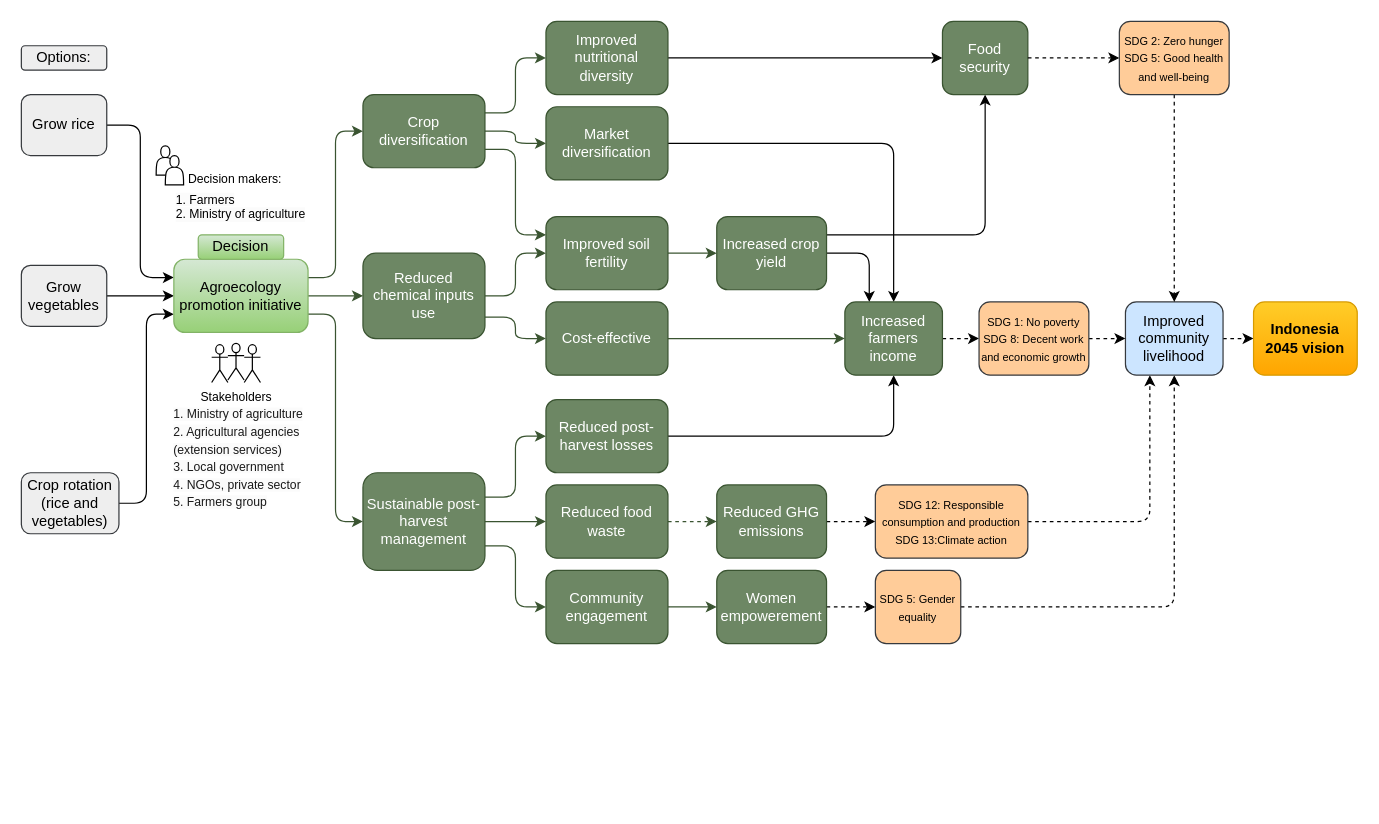
Above: page "Copy of bismillah fix" (7 of 7) of impact pathway.drawio in noviriasyifaunnafsi/transition-from-rice-to-vegetables (draw.io), before the change. Source tidied: cells renumbered, new cells numbered last; positions are measured from the earlier drawing's top-left corner, leaving out a move shared by most shapes. Both pictures are drawn from the tidied source at 122%, with x=0, y=0 at pixel (21, 21).
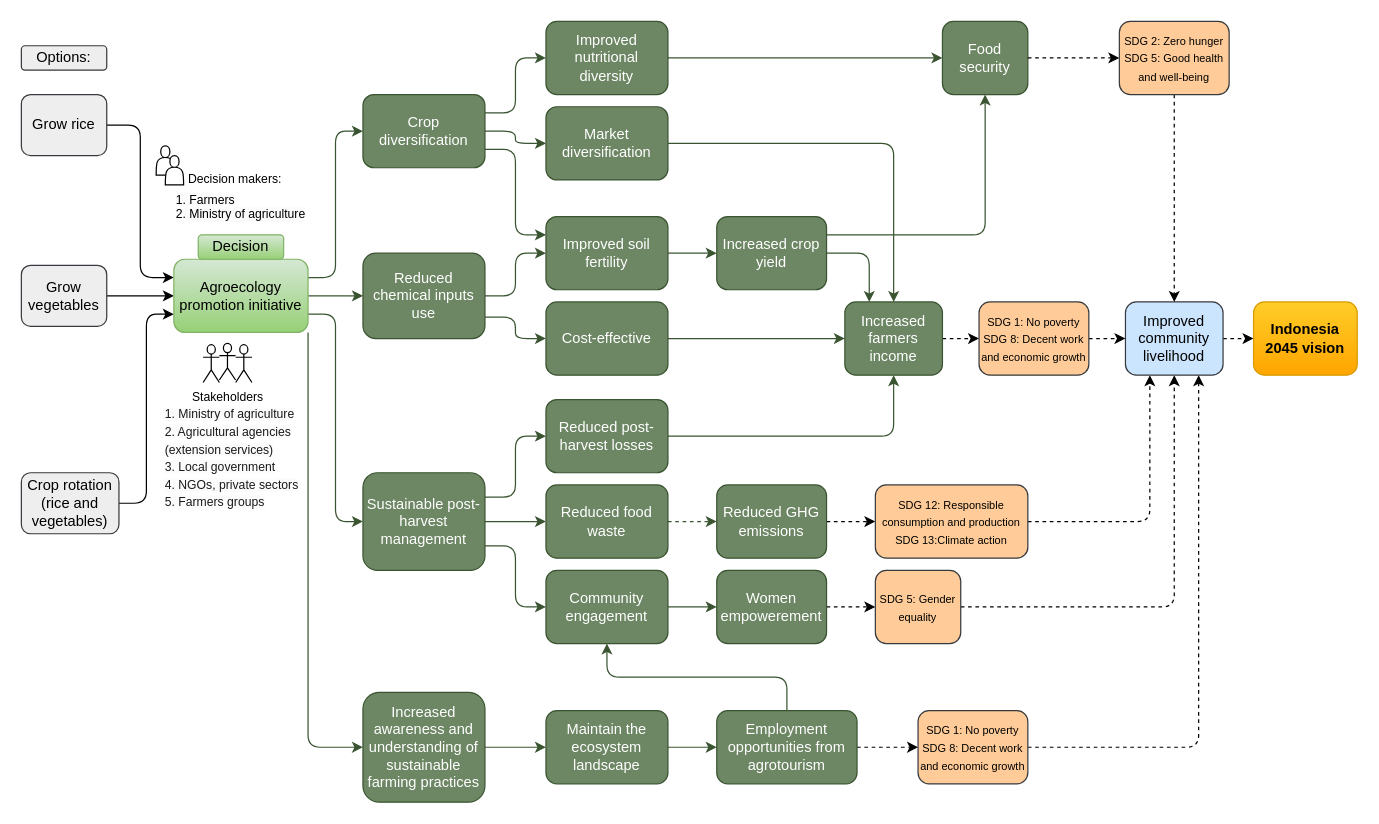
After the change.

Unchanged cells that the change refers to:
```xml
<mxCell id="12" value="Agroecology promotion initiative" style="rounded=1;whiteSpace=wrap;html=1;labelBackgroundColor=none;fillColor=#d5e8d4;strokeColor=#82b366;gradientColor=#97d077;" parent="1" vertex="1">
  <mxGeometry x="125" y="195" width="110" height="60" as="geometry" />
</mxCell>
<mxCell id="26" value="Improved nutritional diversity" style="rounded=1;whiteSpace=wrap;html=1;labelBackgroundColor=none;fillColor=#6d8764;fontColor=#ffffff;strokeColor=#3A5431;" parent="1" vertex="1">
  <mxGeometry x="430" width="100" height="60" as="geometry" />
</mxCell>
<mxCell id="28" value="Market diversification" style="rounded=1;whiteSpace=wrap;html=1;labelBackgroundColor=none;fillColor=#6d8764;fontColor=#ffffff;strokeColor=#3A5431;" parent="1" vertex="1">
  <mxGeometry x="430" y="70" width="100" height="60" as="geometry" />
</mxCell>
<mxCell id="35" value="Increased crop yield" style="whiteSpace=wrap;html=1;labelBackgroundColor=none;rounded=1;fillColor=#6d8764;fontColor=#ffffff;strokeColor=#3A5431;" parent="1" vertex="1">
  <mxGeometry x="570" y="160" width="90" height="60" as="geometry" />
</mxCell>
<mxCell id="37" value="Reduced post-harvest losses" style="whiteSpace=wrap;html=1;labelBackgroundColor=none;rounded=1;fillColor=#6d8764;fontColor=#ffffff;strokeColor=#3A5431;" parent="1" vertex="1">
  <mxGeometry x="430" y="310" width="100" height="60" as="geometry" />
</mxCell>
<mxCell id="41" value="Community engagement" style="whiteSpace=wrap;html=1;labelBackgroundColor=none;rounded=1;fillColor=#6d8764;fontColor=#ffffff;strokeColor=#3A5431;" parent="1" vertex="1">
  <mxGeometry x="430" y="450" width="100" height="60" as="geometry" />
</mxCell>
<mxCell id="43" value="Increased farmers income" style="whiteSpace=wrap;html=1;labelBackgroundColor=none;rounded=1;fillColor=#6d8764;fontColor=#ffffff;strokeColor=#3A5431;" parent="1" vertex="1">
  <mxGeometry x="675" y="230" width="80" height="60" as="geometry" />
</mxCell>
<mxCell id="44" value="Food security" style="whiteSpace=wrap;html=1;labelBackgroundColor=none;rounded=1;glass=0;shadow=0;fillColor=#6d8764;fontColor=#ffffff;strokeColor=#3A5431;" parent="1" vertex="1">
  <mxGeometry x="755" width="70" height="60" as="geometry" />
</mxCell>
<mxCell id="53" value="Improved community livelihood" style="whiteSpace=wrap;html=1;labelBackgroundColor=none;rounded=1;fillColor=#cce5ff;strokeColor=#36393d;" parent="1" vertex="1">
  <mxGeometry x="905" y="230" width="80" height="60" as="geometry" />
</mxCell>
```

Diff of the diagram source:
```diff
@@
+    <mxCell id="74" style="edgeStyle=orthogonalEdgeStyle;rounded=1;jettySize=auto;html=1;exitX=1;exitY=1;exitDx=0;exitDy=0;entryX=0;entryY=0.5;entryDx=0;entryDy=0;fillColor=#6d8764;strokeColor=#3A5431;" parent="1" edge="1" source="12" target="76">
+      <mxGeometry relative="1" as="geometry" />
+    </mxCell>
@@
-    <mxCell id="25" style="edgeStyle=orthogonalEdgeStyle;rounded=1;jettySize=auto;html=1;exitX=1;exitY=0.5;exitDx=0;exitDy=0;entryX=0;entryY=0.5;entryDx=0;entryDy=0;labelBackgroundColor=none;fontColor=default;" parent="1" edge="1" source="26" target="44">
+    <mxCell id="25" style="edgeStyle=orthogonalEdgeStyle;rounded=1;jettySize=auto;html=1;exitX=1;exitY=0.5;exitDx=0;exitDy=0;entryX=0;entryY=0.5;entryDx=0;entryDy=0;labelBackgroundColor=none;fontColor=default;fillColor=#6d8764;strokeColor=#3A5431;" parent="1" edge="1" source="26" target="44">
       <mxGeometry relative="1" as="geometry" />
     </mxCell>
@@
-    <mxCell id="27" style="edgeStyle=orthogonalEdgeStyle;rounded=1;jettySize=auto;html=1;exitX=1;exitY=0.5;exitDx=0;exitDy=0;entryX=0.5;entryY=0;entryDx=0;entryDy=0;labelBackgroundColor=none;fontColor=default;" parent="1" edge="1" source="28" target="43">
+    <mxCell id="27" style="edgeStyle=orthogonalEdgeStyle;rounded=1;jettySize=auto;html=1;exitX=1;exitY=0.5;exitDx=0;exitDy=0;entryX=0.5;entryY=0;entryDx=0;entryDy=0;labelBackgroundColor=none;fontColor=default;fillColor=#6d8764;strokeColor=#3A5431;" parent="1" edge="1" source="28" target="43">
       <mxGeometry relative="1" as="geometry" />
     </mxCell>
@@
-    <mxCell id="33" style="edgeStyle=orthogonalEdgeStyle;rounded=1;jettySize=auto;html=1;exitX=1;exitY=0.25;exitDx=0;exitDy=0;entryX=0.5;entryY=1;entryDx=0;entryDy=0;labelBackgroundColor=none;fontColor=default;" parent="1" edge="1" source="35" target="44">
+    <mxCell id="33" style="edgeStyle=orthogonalEdgeStyle;rounded=1;jettySize=auto;html=1;exitX=1;exitY=0.25;exitDx=0;exitDy=0;entryX=0.5;entryY=1;entryDx=0;entryDy=0;labelBackgroundColor=none;fontColor=default;fillColor=#6d8764;strokeColor=#3A5431;" parent="1" edge="1" source="35" target="44">
       <mxGeometry relative="1" as="geometry" />
     </mxCell>
-    <mxCell id="34" style="edgeStyle=orthogonalEdgeStyle;rounded=1;jettySize=auto;html=1;exitX=1;exitY=0.5;exitDx=0;exitDy=0;entryX=0.25;entryY=0;entryDx=0;entryDy=0;labelBackgroundColor=none;fontColor=default;" parent="1" edge="1" source="35" target="43">
+    <mxCell id="34" style="edgeStyle=orthogonalEdgeStyle;rounded=1;jettySize=auto;html=1;exitX=1;exitY=0.5;exitDx=0;exitDy=0;entryX=0.25;entryY=0;entryDx=0;entryDy=0;labelBackgroundColor=none;fontColor=default;fillColor=#6d8764;strokeColor=#3A5431;" parent="1" edge="1" source="35" target="43">
       <mxGeometry relative="1" as="geometry" />
     </mxCell>
@@
-    <mxCell id="36" style="edgeStyle=orthogonalEdgeStyle;rounded=1;jettySize=auto;html=1;exitX=1;exitY=0.5;exitDx=0;exitDy=0;entryX=0.5;entryY=1;entryDx=0;entryDy=0;labelBackgroundColor=none;fontColor=default;" parent="1" edge="1" source="37" target="43">
+    <mxCell id="36" style="edgeStyle=orthogonalEdgeStyle;rounded=1;jettySize=auto;html=1;exitX=1;exitY=0.5;exitDx=0;exitDy=0;entryX=0.5;entryY=1;entryDx=0;entryDy=0;labelBackgroundColor=none;fontColor=default;fillColor=#6d8764;strokeColor=#3A5431;" parent="1" edge="1" source="37" target="43">
       <mxGeometry relative="1" as="geometry" />
     </mxCell>
@@
     <mxCell id="62" style="group;labelBackgroundColor=none;rounded=1;fillColor=none;" parent="1" vertex="1">
-      <mxGeometry x="122" y="264" width="127.3" height="151" as="geometry" />
+      <mxGeometry x="115" y="264" width="127.3" height="151" as="geometry" />
     </mxCell>
@@
-    <mxCell id="67" value="&lt;span style=&quot;color: rgb(26, 26, 26); font-family: Helvetica; font-size: 10px; font-style: normal; font-variant-ligatures: normal; font-variant-caps: normal; font-weight: 400; letter-spacing: normal; orphans: 2; text-align: left; text-indent: 0px; text-transform: none; widows: 2; word-spacing: 0px; -webkit-text-stroke-width: 0px; background-color: rgb(251, 251, 251); text-decoration-thickness: initial; text-decoration-style: initial; text-decoration-color: initial; float: none; display: inline !important;&quot;&gt;1. Ministry of agriculture&lt;/span&gt;&lt;br style=&quot;border-color: var(--border-color); color: rgb(26, 26, 26); font-family: Helvetica; font-size: 10px; font-style: normal; font-variant-ligatures: normal; font-variant-caps: normal; font-weight: 400; letter-spacing: normal; orphans: 2; text-align: left; text-indent: 0px; text-transform: none; widows: 2; word-spacing: 0px; -webkit-text-stroke-width: 0px; background-color: rgb(251, 251, 251); text-decoration-thickness: initial; text-decoration-style: initial; text-decoration-color: initial;&quot;&gt;&lt;span style=&quot;color: rgb(26, 26, 26); font-family: Helvetica; font-size: 10px; font-style: normal; font-variant-ligatures: normal; font-variant-caps: normal; font-weight: 400; letter-spacing: normal; orphans: 2; text-align: left; text-indent: 0px; text-transform: none; widows: 2; word-spacing: 0px; -webkit-text-stroke-width: 0px; background-color: rgb(251, 251, 251); text-decoration-thickness: initial; text-decoration-style: initial; text-decoration-color: initial; float: none; display: inline !important;&quot;&gt;2. Agricultural agencies (extension services)&lt;/span&gt;&lt;br style=&quot;border-color: var(--border-color); color: rgb(26, 26, 26); font-family: Helvetica; font-size: 10px; font-style: normal; font-variant-ligatures: normal; font-variant-caps: normal; font-weight: 400; letter-spacing: normal; orphans: 2; text-align: left; text-indent: 0px; text-transform: none; widows: 2; word-spacing: 0px; -webkit-text-stroke-width: 0px; background-color: rgb(251, 251, 251); text-decoration-thickness: initial; text-decoration-style: initial; text-decoration-color: initial;&quot;&gt;&lt;span style=&quot;color: rgb(26, 26, 26); font-family: Helvetica; font-size: 10px; font-style: normal; font-variant-ligatures: normal; font-variant-caps: normal; font-weight: 400; letter-spacing: normal; orphans: 2; text-align: left; text-indent: 0px; text-transform: none; widows: 2; word-spacing: 0px; -webkit-text-stroke-width: 0px; background-color: rgb(251, 251, 251); text-decoration-thickness: initial; text-decoration-style: initial; text-decoration-color: initial; float: none; display: inline !important;&quot;&gt;3. Local government&lt;/span&gt;&lt;br style=&quot;border-color: var(--border-color); color: rgb(26, 26, 26); font-family: Helvetica; font-size: 10px; font-style: normal; font-variant-ligatures: normal; font-variant-caps: normal; font-weight: 400; letter-spacing: normal; orphans: 2; text-align: left; text-indent: 0px; text-transform: none; widows: 2; word-spacing: 0px; -webkit-text-stroke-width: 0px; background-color: rgb(251, 251, 251); text-decoration-thickness: initial; text-decoration-style: initial; text-decoration-color: initial;&quot;&gt;&lt;span style=&quot;color: rgb(26, 26, 26); font-family: Helvetica; font-size: 10px; font-style: normal; font-variant-ligatures: normal; font-variant-caps: normal; font-weight: 400; letter-spacing: normal; orphans: 2; text-align: left; text-indent: 0px; text-transform: none; widows: 2; word-spacing: 0px; -webkit-text-stroke-width: 0px; background-color: rgb(251, 251, 251); text-decoration-thickness: initial; text-decoration-style: initial; text-decoration-color: initial; float: none; display: inline !important;&quot;&gt;4. NGOs, private sector&lt;/span&gt;&lt;br style=&quot;border-color: var(--border-color); color: rgb(26, 26, 26); font-family: Helvetica; font-size: 10px; font-style: normal; font-variant-ligatures: normal; font-variant-caps: normal; font-weight: 400; letter-spacing: normal; orphans: 2; text-align: left; text-indent: 0px; text-transform: none; widows: 2; word-spacing: 0px; -webkit-text-stroke-width: 0px; background-color: rgb(251, 251, 251); text-decoration-thickness: initial; text-decoration-style: initial; text-decoration-color: initial;&quot;&gt;&lt;span style=&quot;color: rgb(26, 26, 26); font-family: Helvetica; font-size: 10px; font-style: normal; font-variant-ligatures: normal; font-variant-caps: normal; font-weight: 400; letter-spacing: normal; orphans: 2; text-align: left; text-indent: 0px; text-transform: none; widows: 2; word-spacing: 0px; -webkit-text-stroke-width: 0px; background-color: rgb(251, 251, 251); text-decoration-thickness: initial; text-decoration-style: initial; text-decoration-color: initial; float: none; display: inline !important;&quot;&gt;5. Farmers group&lt;/span&gt;" style="text;whiteSpace=wrap;html=1;rounded=1;labelBackgroundColor=none;" parent="62" vertex="1">
+    <mxCell id="67" value="&lt;span style=&quot;color: rgb(26, 26, 26); font-family: Helvetica; font-size: 10px; font-style: normal; font-variant-ligatures: normal; font-variant-caps: normal; font-weight: 400; letter-spacing: normal; orphans: 2; text-align: left; text-indent: 0px; text-transform: none; widows: 2; word-spacing: 0px; -webkit-text-stroke-width: 0px; background-color: rgb(251, 251, 251); text-decoration-thickness: initial; text-decoration-style: initial; text-decoration-color: initial; float: none; display: inline !important;&quot;&gt;1. Ministry of agriculture&lt;/span&gt;&lt;br style=&quot;border-color: var(--border-color); color: rgb(26, 26, 26); font-family: Helvetica; font-size: 10px; font-style: normal; font-variant-ligatures: normal; font-variant-caps: normal; font-weight: 400; letter-spacing: normal; orphans: 2; text-align: left; text-indent: 0px; text-transform: none; widows: 2; word-spacing: 0px; -webkit-text-stroke-width: 0px; background-color: rgb(251, 251, 251); text-decoration-thickness: initial; text-decoration-style: initial; text-decoration-color: initial;&quot;&gt;&lt;span style=&quot;color: rgb(26, 26, 26); font-family: Helvetica; font-size: 10px; font-style: normal; font-variant-ligatures: normal; font-variant-caps: normal; font-weight: 400; letter-spacing: normal; orphans: 2; text-align: left; text-indent: 0px; text-transform: none; widows: 2; word-spacing: 0px; -webkit-text-stroke-width: 0px; background-color: rgb(251, 251, 251); text-decoration-thickness: initial; text-decoration-style: initial; text-decoration-color: initial; float: none; display: inline !important;&quot;&gt;2. Agricultural agencies (extension services)&lt;/span&gt;&lt;br style=&quot;border-color: var(--border-color); color: rgb(26, 26, 26); font-family: Helvetica; font-size: 10px; font-style: normal; font-variant-ligatures: normal; font-variant-caps: normal; font-weight: 400; letter-spacing: normal; orphans: 2; text-align: left; text-indent: 0px; text-transform: none; widows: 2; word-spacing: 0px; -webkit-text-stroke-width: 0px; background-color: rgb(251, 251, 251); text-decoration-thickness: initial; text-decoration-style: initial; text-decoration-color: initial;&quot;&gt;&lt;span style=&quot;color: rgb(26, 26, 26); font-family: Helvetica; font-size: 10px; font-style: normal; font-variant-ligatures: normal; font-variant-caps: normal; font-weight: 400; letter-spacing: normal; orphans: 2; text-align: left; text-indent: 0px; text-transform: none; widows: 2; word-spacing: 0px; -webkit-text-stroke-width: 0px; background-color: rgb(251, 251, 251); text-decoration-thickness: initial; text-decoration-style: initial; text-decoration-color: initial; float: none; display: inline !important;&quot;&gt;3. Local government&lt;/span&gt;&lt;br style=&quot;border-color: var(--border-color); color: rgb(26, 26, 26); font-family: Helvetica; font-size: 10px; font-style: normal; font-variant-ligatures: normal; font-variant-caps: normal; font-weight: 400; letter-spacing: normal; orphans: 2; text-align: left; text-indent: 0px; text-transform: none; widows: 2; word-spacing: 0px; -webkit-text-stroke-width: 0px; background-color: rgb(251, 251, 251); text-decoration-thickness: initial; text-decoration-style: initial; text-decoration-color: initial;&quot;&gt;&lt;span style=&quot;color: rgb(26, 26, 26); font-family: Helvetica; font-size: 10px; font-style: normal; font-variant-ligatures: normal; font-variant-caps: normal; font-weight: 400; letter-spacing: normal; orphans: 2; text-align: left; text-indent: 0px; text-transform: none; widows: 2; word-spacing: 0px; -webkit-text-stroke-width: 0px; background-color: rgb(251, 251, 251); text-decoration-thickness: initial; text-decoration-style: initial; text-decoration-color: initial; float: none; display: inline !important;&quot;&gt;4. NGOs, private sectors&lt;/span&gt;&lt;br style=&quot;border-color: var(--border-color); color: rgb(26, 26, 26); font-family: Helvetica; font-size: 10px; font-style: normal; font-variant-ligatures: normal; font-variant-caps: normal; font-weight: 400; letter-spacing: normal; orphans: 2; text-align: left; text-indent: 0px; text-transform: none; widows: 2; word-spacing: 0px; -webkit-text-stroke-width: 0px; background-color: rgb(251, 251, 251); text-decoration-thickness: initial; text-decoration-style: initial; text-decoration-color: initial;&quot;&gt;&lt;span style=&quot;color: rgb(26, 26, 26); font-family: Helvetica; font-size: 10px; font-style: normal; font-variant-ligatures: normal; font-variant-caps: normal; font-weight: 400; letter-spacing: normal; orphans: 2; text-align: left; text-indent: 0px; text-transform: none; widows: 2; word-spacing: 0px; -webkit-text-stroke-width: 0px; background-color: rgb(251, 251, 251); text-decoration-thickness: initial; text-decoration-style: initial; text-decoration-color: initial; float: none; display: inline !important;&quot;&gt;5. Farmers groups&lt;/span&gt;" style="text;whiteSpace=wrap;html=1;rounded=1;labelBackgroundColor=none;" parent="62" vertex="1">
       <mxGeometry x="1.3" y="44" width="120" height="100" as="geometry" />
     </mxCell>
@@
+    <mxCell id="75" style="edgeStyle=orthogonalEdgeStyle;rounded=1;jettySize=auto;html=1;exitX=1;exitY=0.5;exitDx=0;exitDy=0;entryX=0;entryY=0.5;entryDx=0;entryDy=0;fillColor=#6d8764;strokeColor=#3A5431;" parent="1" edge="1" source="76" target="78">
+      <mxGeometry relative="1" as="geometry" />
+    </mxCell>
+    <mxCell id="76" value="Increased awareness and understanding of sustainable farming practices" style="rounded=1;whiteSpace=wrap;html=1;labelBackgroundColor=none;fillColor=#6d8764;fontColor=#ffffff;strokeColor=#3A5431;" parent="1" vertex="1">
+      <mxGeometry x="280" y="550" width="100" height="90" as="geometry" />
+    </mxCell>
+    <mxCell id="77" style="edgeStyle=orthogonalEdgeStyle;rounded=1;jettySize=auto;html=1;exitX=1;exitY=0.5;exitDx=0;exitDy=0;entryX=0;entryY=0.5;entryDx=0;entryDy=0;fillColor=#6d8764;strokeColor=#3A5431;" parent="1" edge="1" source="78" target="82">
+      <mxGeometry relative="1" as="geometry" />
+    </mxCell>
+    <mxCell id="78" value="Maintain the ecosystem landscape" style="whiteSpace=wrap;html=1;labelBackgroundColor=none;rounded=1;fillColor=#6d8764;fontColor=#ffffff;strokeColor=#3A5431;" parent="1" vertex="1">
+      <mxGeometry x="430" y="565" width="100" height="60" as="geometry" />
+    </mxCell>
+    <mxCell id="79" style="edgeStyle=orthogonalEdgeStyle;rounded=1;jettySize=auto;html=1;exitX=0.5;exitY=0;exitDx=0;exitDy=0;entryX=0.5;entryY=1;entryDx=0;entryDy=0;fillColor=#6d8764;strokeColor=#3A5431;" parent="1" edge="1" source="82" target="41">
+      <mxGeometry relative="1" as="geometry" />
+    </mxCell>
+    <mxCell id="80" style="edgeStyle=orthogonalEdgeStyle;rounded=1;jettySize=auto;html=1;exitX=1;exitY=0.5;exitDx=0;exitDy=0;entryX=0.75;entryY=1;entryDx=0;entryDy=0;dashed=1;" parent="1" edge="1" source="83" target="53">
+      <mxGeometry relative="1" as="geometry" />
+    </mxCell>
+    <mxCell id="81" style="edgeStyle=orthogonalEdgeStyle;rounded=1;jettySize=auto;html=1;exitX=1;exitY=0.5;exitDx=0;exitDy=0;entryX=0;entryY=0.5;entryDx=0;entryDy=0;strokeColor=default;dashed=1;" parent="1" edge="1" source="82" target="83">
+      <mxGeometry relative="1" as="geometry" />
+    </mxCell>
+    <mxCell id="82" value="Employment opportunities from agrotourism" style="whiteSpace=wrap;html=1;labelBackgroundColor=none;rounded=1;fillColor=#6d8764;fontColor=#ffffff;strokeColor=#3A5431;" parent="1" vertex="1">
+      <mxGeometry x="570" y="565" width="115" height="60" as="geometry" />
+    </mxCell>
+    <mxCell id="83" value="&lt;font style=&quot;font-size: 9px;&quot;&gt;SDG 1: No poverty&lt;br&gt;SDG 8: Decent work and economic growth&lt;/font&gt;" style="whiteSpace=wrap;html=1;labelBackgroundColor=none;rounded=1;fillColor=#ffcc99;strokeColor=#36393d;" parent="1" vertex="1">
+      <mxGeometry x="735" y="565" width="90" height="60" as="geometry" />
+    </mxCell>
```
